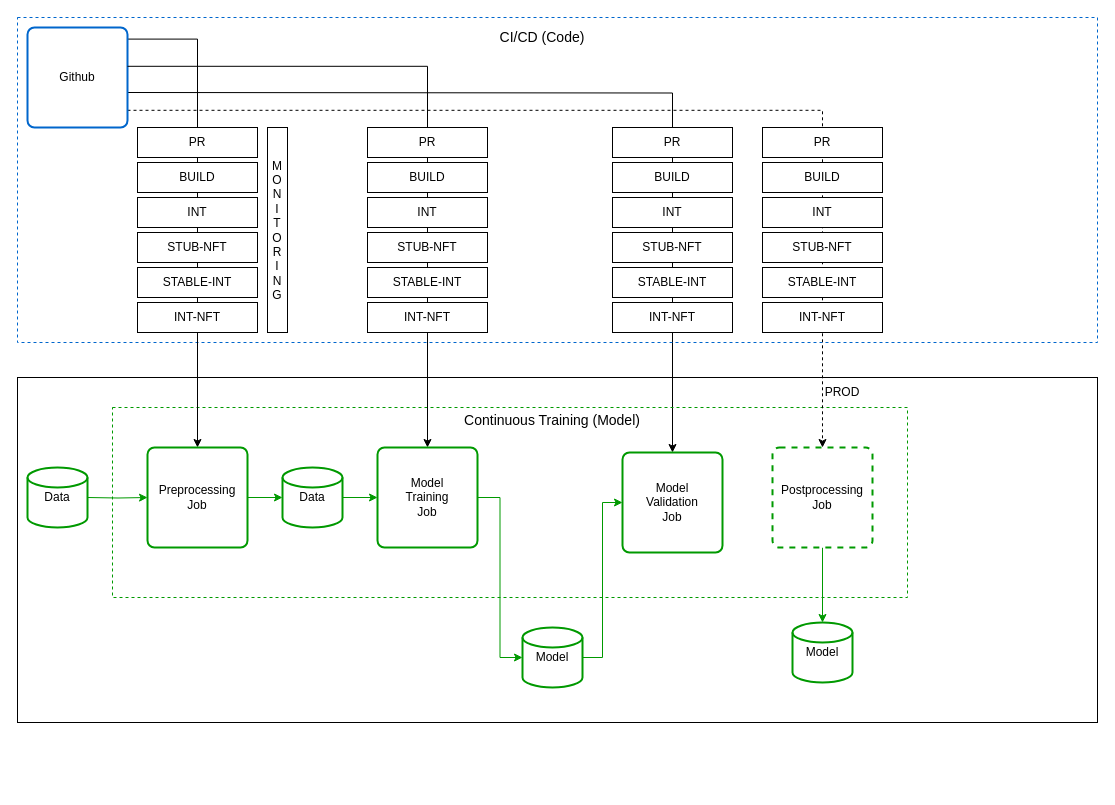
adriangay/my-drawio-diagrams keeps this draw.io diagram as mlops-concepts-cdct.drawio. Above is the earlier version. Source tidied: cells renumbered, new cells numbered last; positions are measured from the earlier drawing's top-left corner, leaving out a move shared by most shapes. Both pictures are drawn from the tidied source at 100%, with x=0, y=0 at pixel (17, 17).
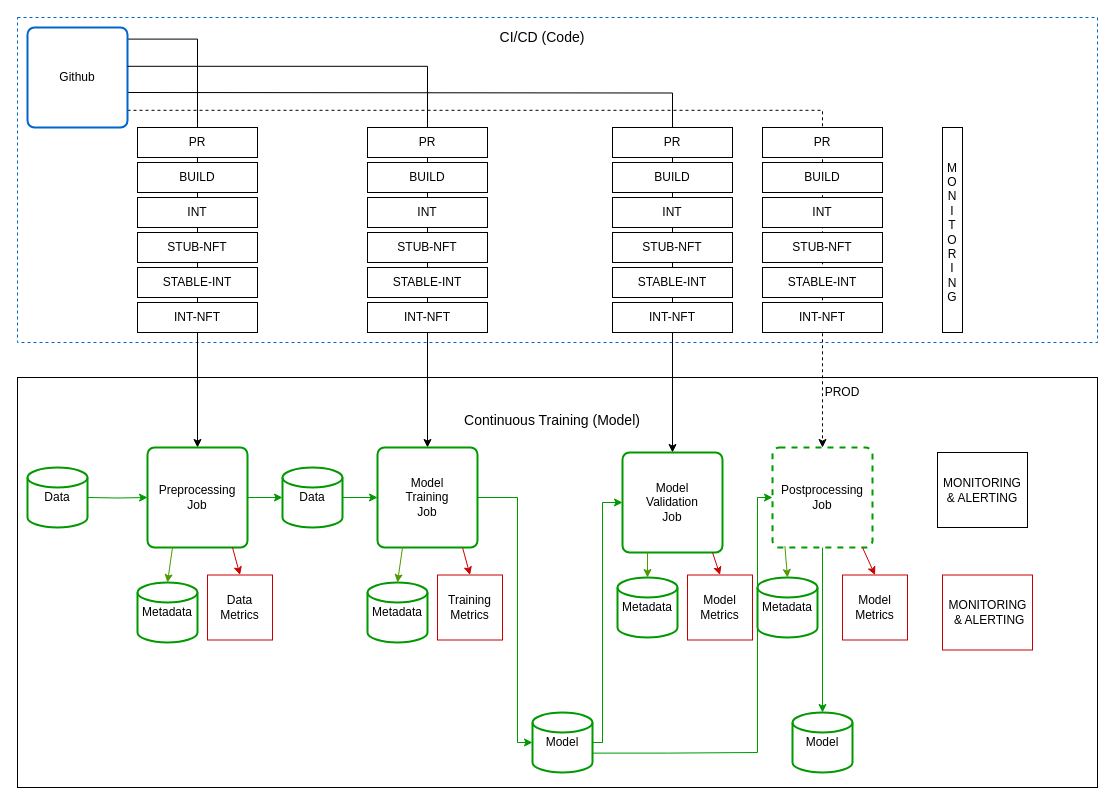
After the change.

Unchanged cells that the change refers to:
```xml
<mxCell id="11" value="Preprocessing&lt;br&gt;Job" style="rounded=1;whiteSpace=wrap;html=1;absoluteArcSize=1;arcSize=14;strokeWidth=2;strokeColor=#009900;" parent="1" vertex="1">
  <mxGeometry x="130" y="430" width="100" height="100" as="geometry" />
</mxCell>
<mxCell id="14" value="Model&lt;br&gt;Training&lt;br&gt;Job" style="rounded=1;whiteSpace=wrap;html=1;absoluteArcSize=1;arcSize=14;strokeWidth=2;strokeColor=#009900;" parent="1" vertex="1">
  <mxGeometry x="360" y="430" width="100" height="100" as="geometry" />
</mxCell>
<mxCell id="15" value="Model&lt;br&gt;Validation&lt;br&gt;Job" style="rounded=1;whiteSpace=wrap;html=1;absoluteArcSize=1;arcSize=14;strokeWidth=2;strokeColor=#009900;" parent="1" vertex="1">
  <mxGeometry x="605" y="435" width="100" height="100" as="geometry" />
</mxCell>
<mxCell id="17" value="Postprocessing&lt;br&gt;Job" style="rounded=1;whiteSpace=wrap;html=1;absoluteArcSize=1;arcSize=14;strokeWidth=2;dashed=1;strokeColor=#009900;" parent="1" vertex="1">
  <mxGeometry x="755" y="430" width="100" height="100" as="geometry" />
</mxCell>
```

What changed in the source:
```diff
@@
+    <mxCell id="4" style="rounded=0;whiteSpace=wrap;html=1;fillColor=none;" parent="1" vertex="1">
+      <mxGeometry y="360" width="1080" height="410" as="geometry" />
+    </mxCell>
+    <mxCell id="53" style="rounded=0;whiteSpace=wrap;html=1;strokeColor=#CC0000;" parent="1" vertex="1">
+      <mxGeometry x="925" y="557.5" width="90" height="75" as="geometry" />
+    </mxCell>
+    <mxCell id="52" value="M&lt;br&gt;O&lt;br&gt;N&lt;br&gt;I&lt;br&gt;T&lt;br&gt;O&lt;br&gt;R&lt;br&gt;I&lt;br&gt;N&lt;br&gt;G" style="text;html=1;strokeColor=none;fillColor=none;align=center;verticalAlign=middle;whiteSpace=wrap;rounded=0;" parent="1" vertex="1">
+      <mxGeometry x="925" y="110" width="20" height="210" as="geometry" />
+    </mxCell>
@@
-    <mxCell id="4" style="rounded=0;whiteSpace=wrap;html=1;fillColor=none;" parent="1" vertex="1">
-      <mxGeometry y="360" width="1080" height="345" as="geometry" />
-    </mxCell>
-    <mxCell id="5" style="rounded=0;whiteSpace=wrap;html=1;strokeColor=#009900;fillColor=none;dashed=1;" parent="1" vertex="1">
-      <mxGeometry x="95" y="390" width="795" height="190" as="geometry" />
-    </mxCell>
@@
     <mxCell id="12" style="edgeStyle=orthogonalEdgeStyle;rounded=0;jettySize=auto;html=1;exitX=1;exitY=0.5;exitDx=0;exitDy=0;strokeColor=#009900;entryX=0;entryY=0.5;entryDx=0;entryDy=0;entryPerimeter=0;" parent="1" edge="1" source="14" target="49">
-      <mxGeometry relative="1" as="geometry" />
+      <mxGeometry relative="1" as="geometry">
+        <Array as="points">
+          <mxPoint x="500" y="480" />
+          <mxPoint x="500" y="725" />
+        </Array>
+      </mxGeometry>
     </mxCell>
@@
-    <mxCell id="16" style="edgeStyle=orthogonalEdgeStyle;rounded=0;jettySize=auto;html=1;exitX=0.5;exitY=1;exitDx=0;exitDy=0;entryX=0.5;entryY=0;entryDx=0;entryDy=0;strokeColor=#009900;entryPerimeter=0;" parent="1" edge="1" source="17">
-      <mxGeometry relative="1" as="geometry">
-        <mxPoint x="805" y="605" as="targetPoint" />
-      </mxGeometry>
+    <mxCell id="16" style="edgeStyle=orthogonalEdgeStyle;rounded=0;jettySize=auto;html=1;exitX=0.5;exitY=1;exitDx=0;exitDy=0;entryX=0.5;entryY=0;entryDx=0;entryDy=0;strokeColor=#009900;entryPerimeter=0;" parent="1" edge="1" source="17" target="48">
+      <mxGeometry relative="1" as="geometry" />
     </mxCell>
@@
     <mxCell id="48" value="Model" style="strokeWidth=2;html=1;shape=mxgraph.flowchart.database;whiteSpace=wrap;strokeColor=#009900;" parent="1" vertex="1">
-      <mxGeometry x="775" y="605" width="60" height="60" as="geometry" />
+      <mxGeometry x="775" y="695" width="60" height="60" as="geometry" />
     </mxCell>
     <mxCell id="49" value="Model" style="strokeWidth=2;html=1;shape=mxgraph.flowchart.database;whiteSpace=wrap;strokeColor=#009900;" parent="1" vertex="1">
-      <mxGeometry x="505" y="610" width="60" height="60" as="geometry" />
+      <mxGeometry x="515" y="695" width="60" height="60" as="geometry" />
     </mxCell>
     <mxCell id="50" style="edgeStyle=orthogonalEdgeStyle;rounded=0;jettySize=auto;html=1;exitX=0;exitY=0.5;exitDx=0;exitDy=0;strokeColor=#009900;entryX=1;entryY=0.5;entryDx=0;entryDy=0;entryPerimeter=0;startArrow=classic;startFill=1;endArrow=none;endFill=0;" parent="1" edge="1" source="15" target="49">
-      <mxGeometry relative="1" as="geometry" />
+      <mxGeometry relative="1" as="geometry">
+        <Array as="points">
+          <mxPoint x="585" y="485" />
+          <mxPoint x="585" y="725" />
+        </Array>
+      </mxGeometry>
     </mxCell>
     <mxCell id="51" style="rounded=0;whiteSpace=wrap;html=1;fillColor=none;" parent="1" vertex="1">
-      <mxGeometry x="250" y="110" width="20" height="205" as="geometry" />
+      <mxGeometry x="925" y="110" width="20" height="205" as="geometry" />
     </mxCell>
-    <mxCell id="52" value="M&lt;br&gt;O&lt;br&gt;N&lt;br&gt;I&lt;br&gt;T&lt;br&gt;O&lt;br&gt;R&lt;br&gt;I&lt;br&gt;N&lt;br&gt;G" style="text;html=1;strokeColor=none;fillColor=none;align=center;verticalAlign=middle;whiteSpace=wrap;rounded=0;" parent="1" vertex="1">
-      <mxGeometry x="250" y="110" width="20" height="205" as="geometry" />
-    </mxCell>
+    <mxCell id="54" value="MONITORING&lt;br&gt;&amp;nbsp;&amp;amp; ALERTING" style="text;html=1;strokeColor=none;fillColor=none;align=center;verticalAlign=middle;whiteSpace=wrap;rounded=0;" parent="1" vertex="1">
+      <mxGeometry x="922.5" y="585" width="95" height="20" as="geometry" />
+    </mxCell>
+    <mxCell id="55" style="edgeStyle=orthogonalEdgeStyle;rounded=0;jettySize=auto;html=1;exitX=1.003;exitY=0.677;exitDx=0;exitDy=0;strokeColor=#009900;entryX=0;entryY=0.5;entryDx=0;entryDy=0;exitPerimeter=0;" parent="1" edge="1" source="49" target="17">
+      <mxGeometry relative="1" as="geometry">
+        <Array as="points">
+          <mxPoint x="650" y="736" />
+          <mxPoint x="740" y="735" />
+          <mxPoint x="740" y="480" />
+        </Array>
+      </mxGeometry>
+    </mxCell>
+    <mxCell id="56" value="MONITORING&lt;br&gt;&amp;amp; ALERTING" style="rounded=0;whiteSpace=wrap;html=1;strokeColor=#000000;" parent="1" vertex="1">
+      <mxGeometry x="920" y="435" width="90" height="75" as="geometry" />
+    </mxCell>
+    <mxCell id="57" value="Model&lt;br&gt;Metrics" style="whiteSpace=wrap;html=1;strokeColor=#CC0000;" parent="1" vertex="1">
+      <mxGeometry x="825" y="557.5" width="65" height="65" as="geometry" />
+    </mxCell>
+    <mxCell id="58" style="endArrow=classic;html=1;entryX=0.5;entryY=0;entryDx=0;entryDy=0;strokeColor=#CC0000;exitX=0.75;exitY=1;exitDx=0;exitDy=0;" parent="1" edge="1" target="57">
+      <mxGeometry relative="1" as="geometry">
+        <mxPoint x="845" y="530" as="sourcePoint" />
+      </mxGeometry>
+    </mxCell>
+    <mxCell id="59" value="Training&lt;br&gt;Metrics" style="whiteSpace=wrap;html=1;strokeColor=#CC0000;" parent="1" vertex="1">
+      <mxGeometry x="420" y="557.5" width="65" height="65" as="geometry" />
+    </mxCell>
+    <mxCell id="60" style="endArrow=classic;html=1;entryX=0.5;entryY=0;entryDx=0;entryDy=0;strokeColor=#CC0000;exitX=0.852;exitY=1.006;exitDx=0;exitDy=0;exitPerimeter=0;" parent="1" edge="1" source="14" target="59">
+      <mxGeometry relative="1" as="geometry" />
+    </mxCell>
+    <mxCell id="61" value="Model&lt;br&gt;Metrics" style="whiteSpace=wrap;html=1;strokeColor=#CC0000;" parent="1" vertex="1">
+      <mxGeometry x="670" y="557.5" width="65" height="65" as="geometry" />
+    </mxCell>
+    <mxCell id="62" style="endArrow=classic;html=1;entryX=0.5;entryY=0;entryDx=0;entryDy=0;strokeColor=#CC0000;exitX=0.9;exitY=1;exitDx=0;exitDy=0;exitPerimeter=0;" parent="1" edge="1" source="15" target="61">
+      <mxGeometry relative="1" as="geometry" />
+    </mxCell>
+    <mxCell id="63" value="Data&lt;br&gt;Metrics" style="whiteSpace=wrap;html=1;strokeColor=#CC0000;" parent="1" vertex="1">
+      <mxGeometry x="190" y="557.5" width="65" height="65" as="geometry" />
+    </mxCell>
+    <mxCell id="64" style="endArrow=classic;html=1;entryX=0.5;entryY=0;entryDx=0;entryDy=0;strokeColor=#CC0000;exitX=0.75;exitY=1;exitDx=0;exitDy=0;" parent="1" edge="1" target="63">
+      <mxGeometry relative="1" as="geometry">
+        <mxPoint x="215" y="530" as="sourcePoint" />
+      </mxGeometry>
+    </mxCell>
+    <mxCell id="65" value="Metadata" style="strokeWidth=2;html=1;shape=mxgraph.flowchart.database;whiteSpace=wrap;strokeColor=#009900;" parent="1" vertex="1">
+      <mxGeometry x="120" y="565" width="60" height="60" as="geometry" />
+    </mxCell>
+    <mxCell id="66" value="Metadata" style="strokeWidth=2;html=1;shape=mxgraph.flowchart.database;whiteSpace=wrap;strokeColor=#009900;" parent="1" vertex="1">
+      <mxGeometry x="350" y="565" width="60" height="60" as="geometry" />
+    </mxCell>
+    <mxCell id="67" value="Metadata" style="strokeWidth=2;html=1;shape=mxgraph.flowchart.database;whiteSpace=wrap;strokeColor=#009900;" parent="1" vertex="1">
+      <mxGeometry x="600" y="560" width="60" height="60" as="geometry" />
+    </mxCell>
+    <mxCell id="68" value="Metadata" style="strokeWidth=2;html=1;shape=mxgraph.flowchart.database;whiteSpace=wrap;strokeColor=#009900;" parent="1" vertex="1">
+      <mxGeometry x="740" y="560" width="60" height="60" as="geometry" />
+    </mxCell>
+    <mxCell id="69" style="endArrow=none;html=1;strokeColor=#4D9900;entryX=0.25;entryY=1;entryDx=0;entryDy=0;exitX=0.5;exitY=0;exitDx=0;exitDy=0;exitPerimeter=0;startArrow=classic;startFill=1;endFill=0;" parent="1" edge="1" source="65" target="11">
+      <mxGeometry relative="1" as="geometry" />
+    </mxCell>
+    <mxCell id="70" style="endArrow=classic;html=1;strokeColor=#4D9900;exitX=0.25;exitY=1;exitDx=0;exitDy=0;entryX=0.5;entryY=0;entryDx=0;entryDy=0;entryPerimeter=0;" parent="1" edge="1" source="14" target="66">
+      <mxGeometry relative="1" as="geometry" />
+    </mxCell>
+    <mxCell id="71" style="endArrow=classic;html=1;strokeColor=#4D9900;exitX=0.25;exitY=1;exitDx=0;exitDy=0;entryX=0.5;entryY=0;entryDx=0;entryDy=0;entryPerimeter=0;" parent="1" edge="1" source="15" target="67">
+      <mxGeometry relative="1" as="geometry" />
+    </mxCell>
+    <mxCell id="72" style="endArrow=classic;html=1;strokeColor=#4D9900;exitX=0.124;exitY=0.986;exitDx=0;exitDy=0;exitPerimeter=0;entryX=0.5;entryY=0;entryDx=0;entryDy=0;entryPerimeter=0;" parent="1" edge="1" source="17" target="68">
+      <mxGeometry relative="1" as="geometry" />
+    </mxCell>
```
